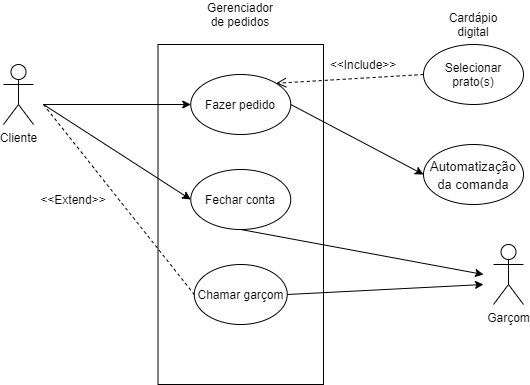
The draw.io diagram AssitenteEletronico.drawio.png in hinname/project-Restaurant, before a commit. Source tidied: cells renumbered, new cells last; positions are measured from the earlier drawing's top-left corner, leaving out a move shared by most shapes.
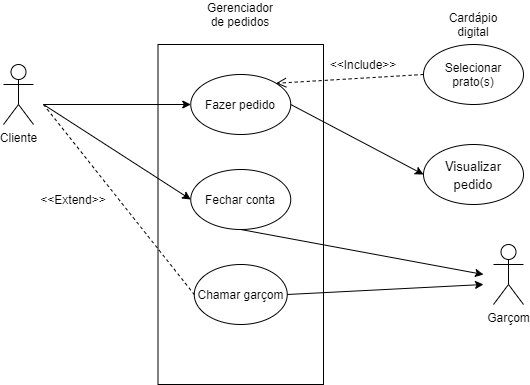
The same diagram one commit later.

Change to the diagram source:
```diff
@@ -60,7 +60,7 @@
     <mxCell id="17" value="Cardápio digital" style="text;html=1;strokeColor=none;fillColor=none;align=center;verticalAlign=middle;whiteSpace=wrap;rounded=0;" parent="1" vertex="1">
       <mxGeometry x="450" y="10" width="40" height="20" as="geometry" />
     </mxCell>
-    <mxCell id="18" value="&lt;font style=&quot;font-size: 13px&quot;&gt;Automatização da comanda&lt;/font&gt;" style="ellipse;whiteSpace=wrap;html=1;fontSize=15;strokeColor=#000000;" parent="1" vertex="1">
+    <mxCell id="18" value="&lt;span style=&quot;font-size: 13px&quot;&gt;Visualizar pedido&lt;/span&gt;" style="ellipse;whiteSpace=wrap;html=1;fontSize=15;strokeColor=#000000;" parent="1" vertex="1">
       <mxGeometry x="420" y="140" width="100" height="60" as="geometry" />
     </mxCell>
     <mxCell id="19" style="html=1;verticalAlign=bottom;endArrow=open;dashed=1;endSize=8;fontSize=15;exitX=0;exitY=0.5;exitDx=0;exitDy=0;entryX=1;entryY=0;entryDx=0;entryDy=0;" parent="1" edge="1" source="9" target="6">
```
